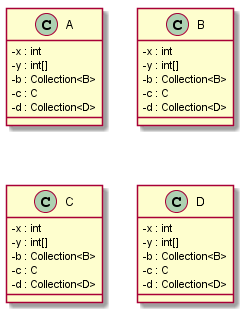
DhirajGurnani/umlparsercmpe202 keeps this PlantUML diagram as UML parser/output.png. Above is the earlier version.
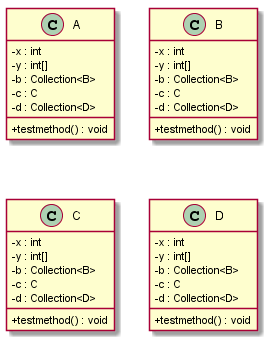
After the commit.

Change to the diagram source:
```diff
@@ -6,6 +6,7 @@
 -b : Collection<B>
 -c : C
 -d : Collection<D>
++testmethod() : void
 }
 class B{
 -x : int
@@ -13,6 +14,7 @@
 -b : Collection<B>
 -c : C
 -d : Collection<D>
++testmethod() : void
 }
 class C{
 -x : int
@@ -20,6 +22,7 @@
 -b : Collection<B>
 -c : C
 -d : Collection<D>
++testmethod() : void
 }
 class D{
 -x : int
@@ -27,5 +30,6 @@
 -b : Collection<B>
 -c : C
 -d : Collection<D>
++testmethod() : void
 }
 @enduml
```
